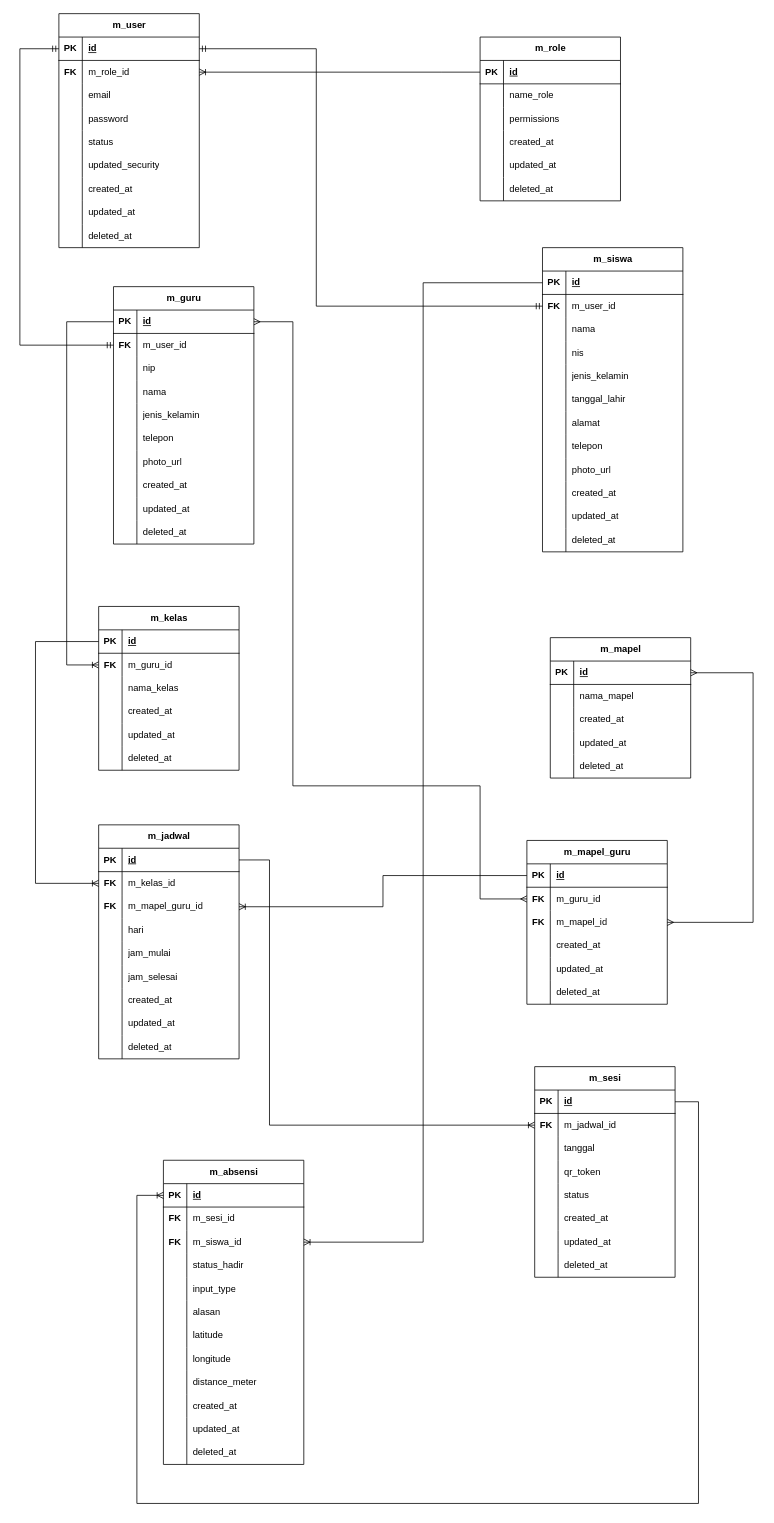
SKARIGA-RPL-XII/project-kik-RadWork01 keeps this draw.io diagram as Perancangan/draw.io/ERD.drawio. Above is the earlier version. Source tidied: cells renumbered, new cells numbered last; positions are measured from the earlier drawing's top-left corner, leaving out a move shared by most shapes. Both pictures are drawn from the tidied source at 78%, with x=0, y=0 at pixel (20, 13).
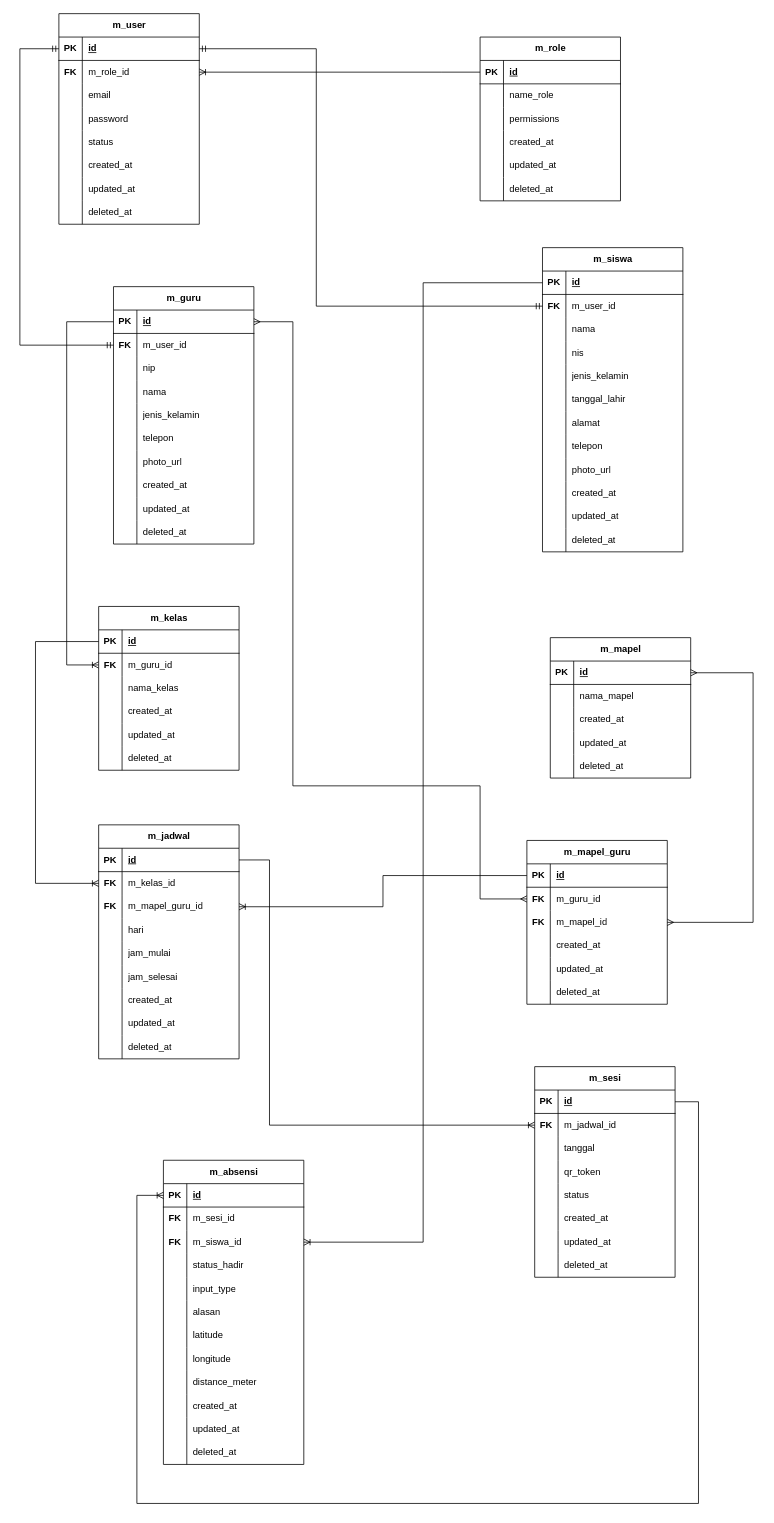
The same page after the edit.

The edit, as a diff of the source:
```diff
@@
     <mxCell id="2" value="m_user" style="shape=table;startSize=30;childLayout=tableLayout;rowLines=0;fontStyle=1;align=center;html=1;" parent="1" vertex="1">
-      <mxGeometry x="50" width="180" height="300" as="geometry" />
+      <mxGeometry x="50" width="180" height="270" as="geometry" />
     </mxCell>
@@
-    <mxCell id="18" style="shape=tableRow;horizontal=0;startSize=0;swimlaneHead=0;swimlaneBody=0;fillColor=none;top=0;left=0;right=0;bottom=0;" parent="2" vertex="1">
-      <mxGeometry y="180" width="180" height="30" as="geometry" />
-    </mxCell>
-    <mxCell id="19" style="shape=partialRectangle;fillColor=none;top=0;left=0;bottom=0;right=0;overflow=hidden;whiteSpace=wrap;html=1;" parent="18" vertex="1">
-      <mxGeometry width="30" height="30" as="geometry" />
-    </mxCell>
-    <mxCell id="20" value="updated_security" style="shape=partialRectangle;fillColor=none;top=0;left=0;bottom=0;right=0;align=left;spacingLeft=6;overflow=hidden;whiteSpace=wrap;html=1;" parent="18" vertex="1">
-      <mxGeometry x="30" width="150" height="30" as="geometry" />
-    </mxCell>
     <mxCell id="21" style="shape=tableRow;horizontal=0;startSize=0;swimlaneHead=0;swimlaneBody=0;fillColor=none;top=0;left=0;right=0;bottom=0;" parent="2" vertex="1">
-      <mxGeometry y="210" width="180" height="30" as="geometry" />
+      <mxGeometry y="180" width="180" height="30" as="geometry" />
     </mxCell>
@@
     <mxCell id="24" style="shape=tableRow;horizontal=0;startSize=0;swimlaneHead=0;swimlaneBody=0;fillColor=none;top=0;left=0;right=0;bottom=0;" parent="2" vertex="1">
-      <mxGeometry y="240" width="180" height="30" as="geometry" />
+      <mxGeometry y="210" width="180" height="30" as="geometry" />
     </mxCell>
@@
     <mxCell id="27" style="shape=tableRow;horizontal=0;startSize=0;swimlaneHead=0;swimlaneBody=0;fillColor=none;top=0;left=0;right=0;bottom=0;" parent="2" vertex="1">
-      <mxGeometry y="270" width="180" height="30" as="geometry" />
+      <mxGeometry y="240" width="180" height="30" as="geometry" />
     </mxCell>
```
